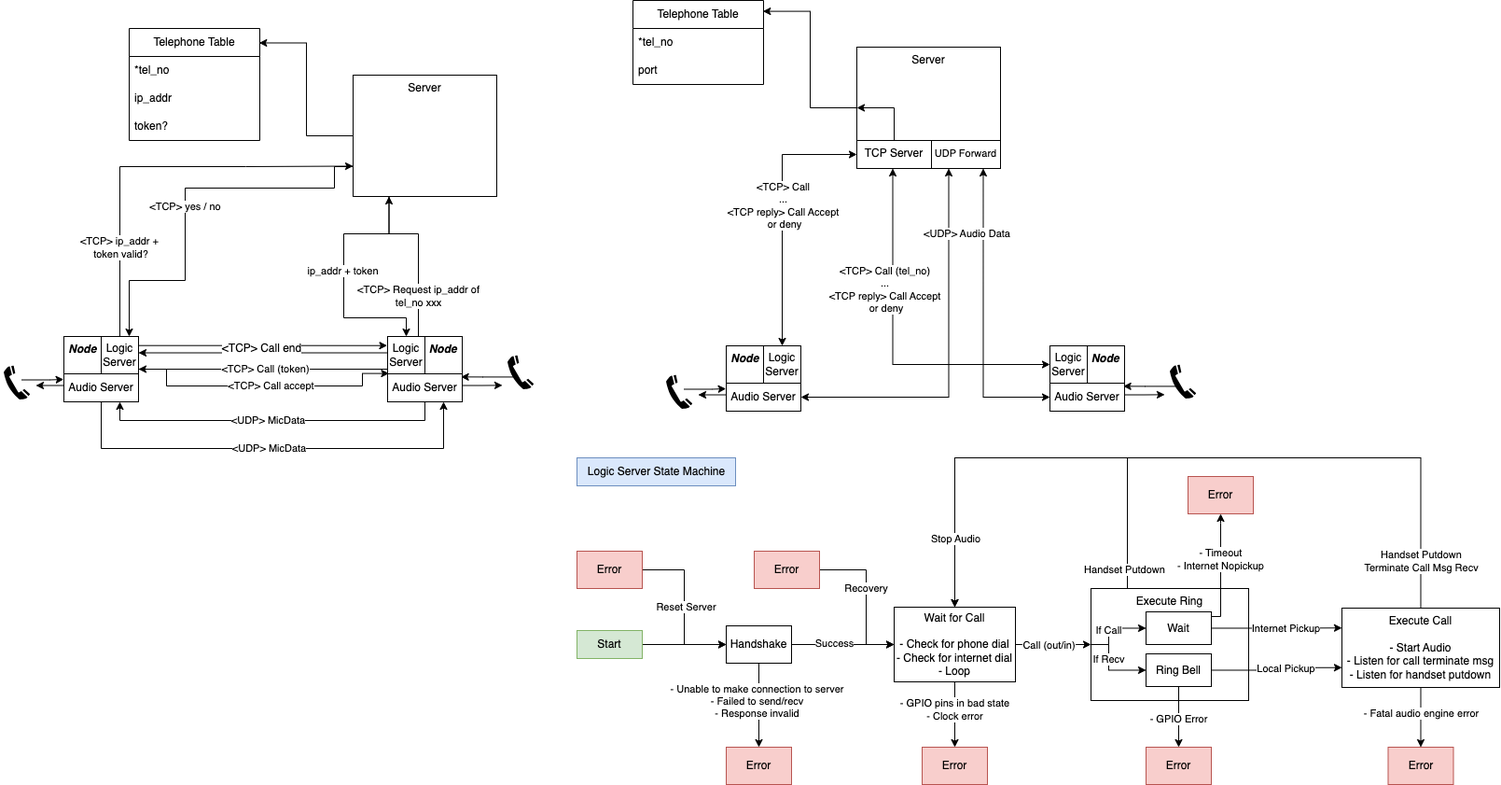
The draw.io diagram intercomNetwork.png in Riley-horrix/intercom, before a commit. Source tidied: cells renumbered, new cells last; positions are measured from the earlier drawing's top-left corner, leaving out a move shared by most shapes.
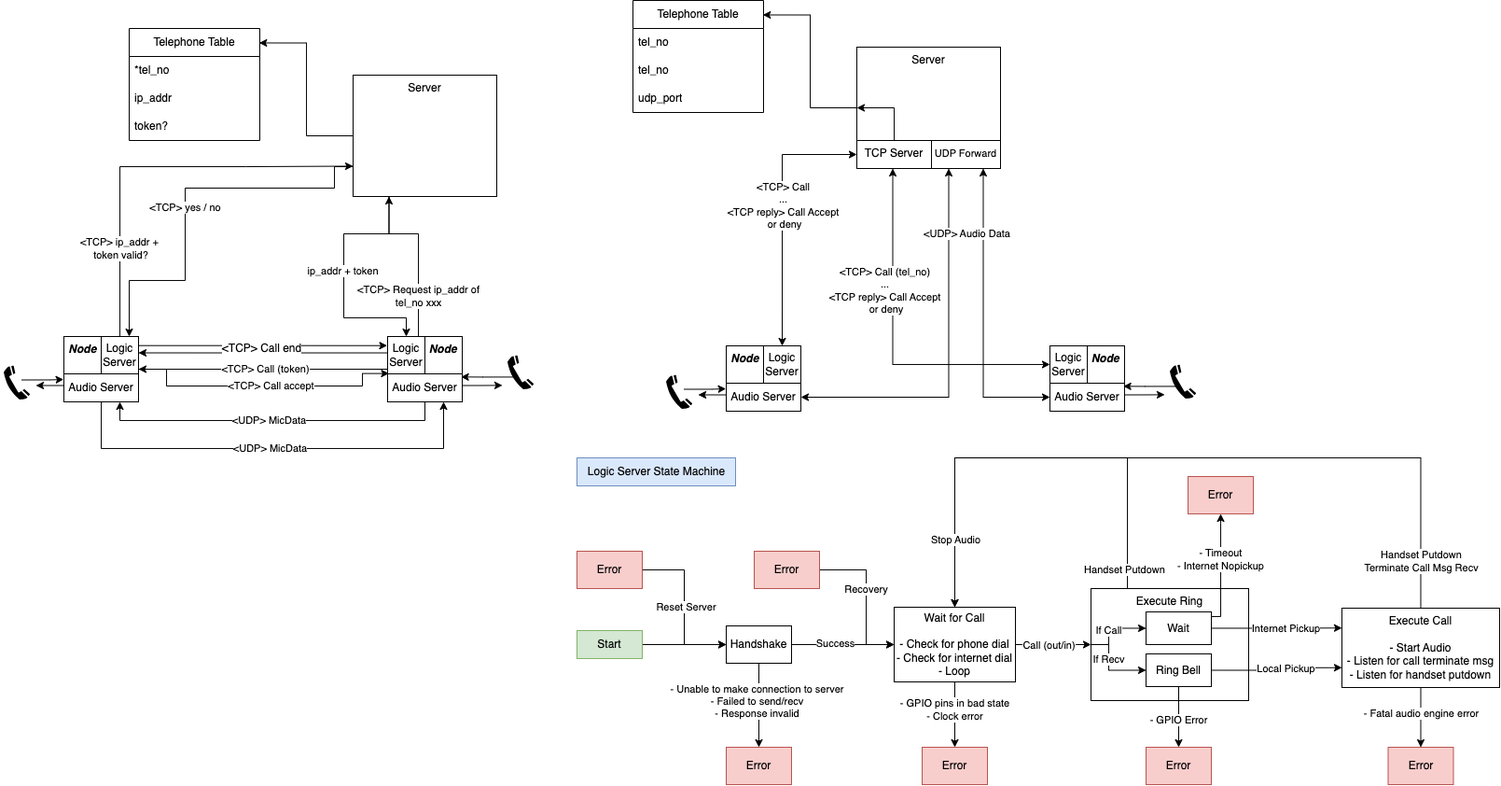
After the commit.

The edit, as a diff of the source:
```diff
@@ -201,13 +201,16 @@
       <mxGeometry x="910" y="50" width="154" height="130" as="geometry" />
     </mxCell>
     <mxCell id="45" value="Telephone Table" style="swimlane;fontStyle=0;horizontal=1;startSize=30;whiteSpace=wrap;html=1;" parent="1" vertex="1">
-      <mxGeometry x="670" width="140" height="90" as="geometry" />
+      <mxGeometry x="670" width="140" height="120" as="geometry" />
     </mxCell>
-    <mxCell id="46" value="*tel_no" style="text;strokeColor=none;fillColor=none;align=left;verticalAlign=middle;spacingLeft=4;spacingRight=4;overflow=hidden;whiteSpace=wrap;html=1;" parent="45" vertex="1">
+    <mxCell id="46" value="tel_no" style="text;strokeColor=none;fillColor=none;align=left;verticalAlign=middle;spacingLeft=4;spacingRight=4;overflow=hidden;whiteSpace=wrap;html=1;" parent="45" vertex="1">
       <mxGeometry y="30" width="140" height="30" as="geometry" />
     </mxCell>
+    <mxCell id="113" value="tel_no" style="text;strokeColor=none;fillColor=none;align=left;verticalAlign=middle;spacingLeft=4;spacingRight=4;overflow=hidden;whiteSpace=wrap;html=1;" parent="45" vertex="1">
+      <mxGeometry y="60" width="140" height="30" as="geometry" />
+    </mxCell>
-    <mxCell id="47" value="port" style="text;strokeColor=none;fillColor=none;align=left;verticalAlign=middle;spacingLeft=4;spacingRight=4;overflow=hidden;whiteSpace=wrap;html=1;" parent="45" vertex="1">
-      <mxGeometry y="60" width="140" height="30" as="geometry" />
+    <mxCell id="47" value="udp_port" style="text;strokeColor=none;fillColor=none;align=left;verticalAlign=middle;spacingLeft=4;spacingRight=4;overflow=hidden;whiteSpace=wrap;html=1;" parent="45" vertex="1">
+      <mxGeometry y="90" width="140" height="30" as="geometry" />
     </mxCell>
     <mxCell id="48" style="edgeStyle=orthogonalEdgeStyle;rounded=0;jettySize=auto;html=1;entryX=0.995;entryY=0.129;entryDx=0;entryDy=0;entryPerimeter=0;" parent="1" edge="1" source="44" target="45">
       <mxGeometry relative="1" as="geometry" />
```
